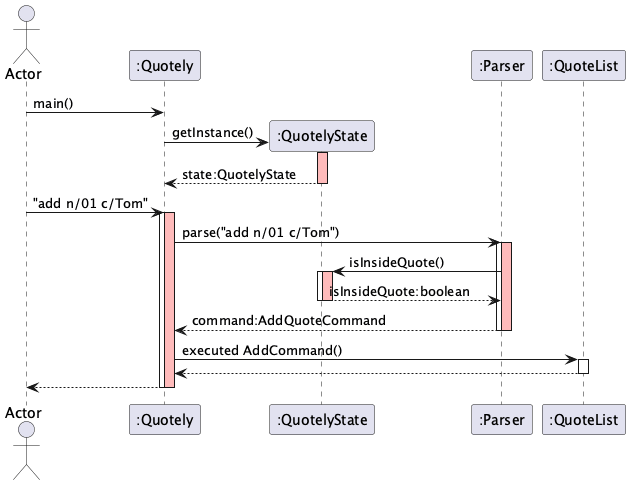
Earlier version of the PlantUML export docs/src/quotelystate-implementation.png (Tanjy55/tp). Its diagram source:
```plantuml
@startuml
hide circle
skinparam classAttributeIconSize 0

actor Actor
participant ":Quotely"
participant ":QuotelyState"
participant ":Parser"
participant ":QuoteList"

Actor -> ":Quotely": main()

":Quotely" -> ":QuotelyState" **: getInstance()
activate ":QuotelyState" #FFBBBB
return state:QuotelyState
deactivate ":QuotelyState"

Actor -> ":Quotely" ++ : "add n/01 c/Tom"
activate ":Quotely" #FFBBBB

":Quotely" -> ":Parser" ++ : parse("add n/01 c/Tom")
activate ":Parser" #FFBBBB
":Parser" -> ":QuotelyState" ++ : isInsideQuote()
activate ":QuotelyState" #FFBBBB
return isInsideQuote:boolean
deactivate ":QuotelyState"
return command:AddQuoteCommand
deactivate ":Parser"

":Quotely" -> ":QuoteList" ++ : executed AddCommand()
return

return
deactivate ":Quotely"

@enduml
```
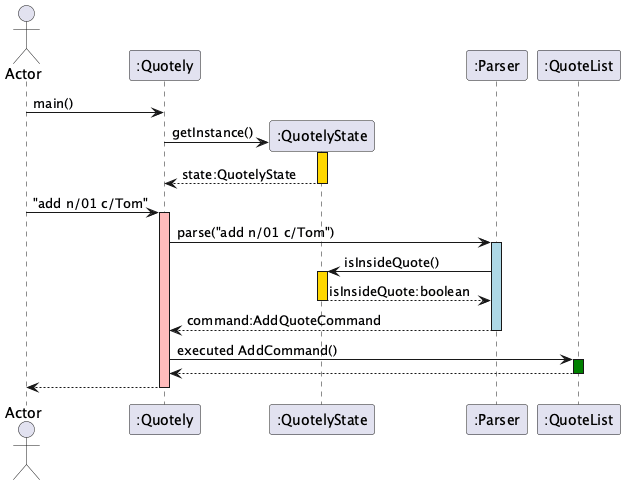
The same diagram one commit later.

Commit message:
Update UML diagrams: adjust activation colors and streamline message formatting for clarity

What changed in the source:
```diff
@@ -11,23 +11,17 @@
 Actor -> ":Quotely": main()
 
 ":Quotely" -> ":QuotelyState" **: getInstance()
-activate ":QuotelyState" #FFBBBB
+activate ":QuotelyState" #Gold
 return state:QuotelyState
-deactivate ":QuotelyState"
 
-Actor -> ":Quotely" ++ : "add n/01 c/Tom"
-activate ":Quotely" #FFBBBB
+Actor -> ":Quotely" ++ #FFBBBB: "add n/01 c/Tom"
 
-":Quotely" -> ":Parser" ++ : parse("add n/01 c/Tom")
-activate ":Parser" #FFBBBB
-":Parser" -> ":QuotelyState" ++ : isInsideQuote()
-activate ":QuotelyState" #FFBBBB
+":Quotely" -> ":Parser" ++ #Lightblue: parse("add n/01 c/Tom")
+":Parser" -> ":QuotelyState" ++ #Gold: isInsideQuote()
 return isInsideQuote:boolean
-deactivate ":QuotelyState"
 return command:AddQuoteCommand
-deactivate ":Parser"
 
-":Quotely" -> ":QuoteList" ++ : executed AddCommand()
+":Quotely" -> ":QuoteList" ++ #Green : executed AddCommand()
 return
 
 return
```
